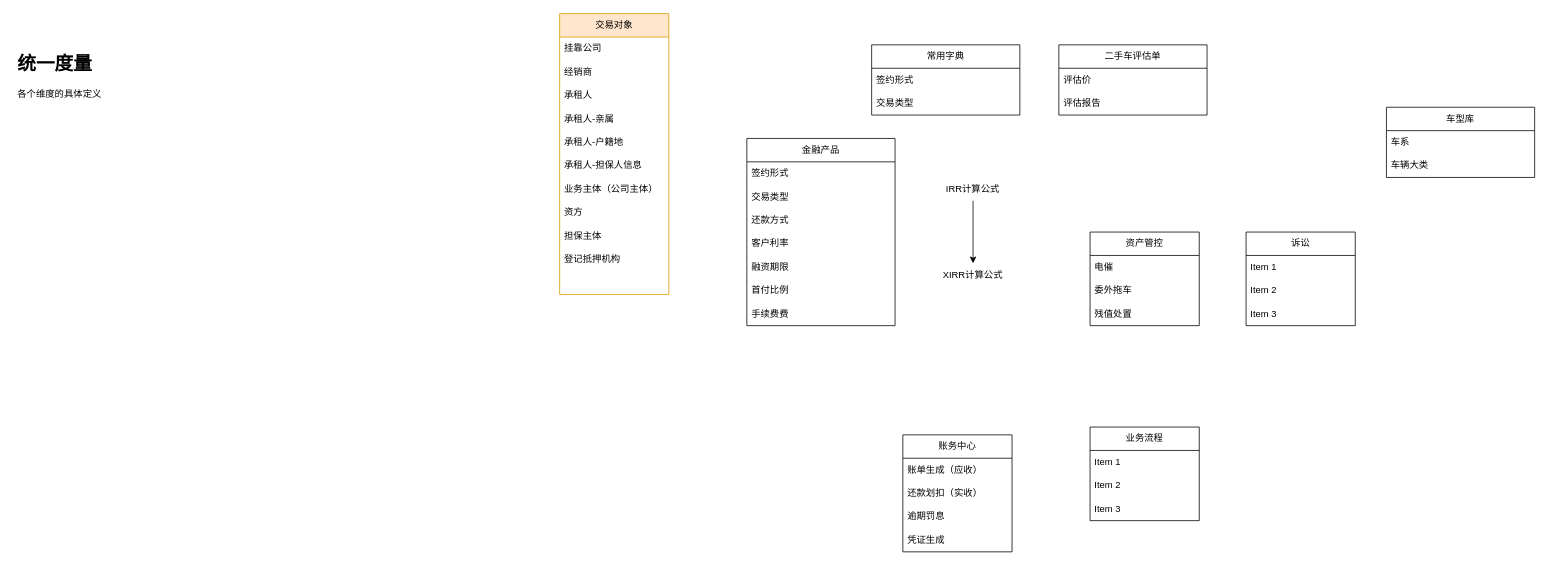
Earlier version of the draw.io diagram 融资租赁-domain划分.drawio (XiongZen/QJReconstitution). Source tidied: cells renumbered, new cells numbered last; positions are measured from the earlier drawing's top-left corner, leaving out a move shared by most shapes. Both pictures are drawn from the tidied source at 78%, with x=0, y=0 at pixel (13, 13).
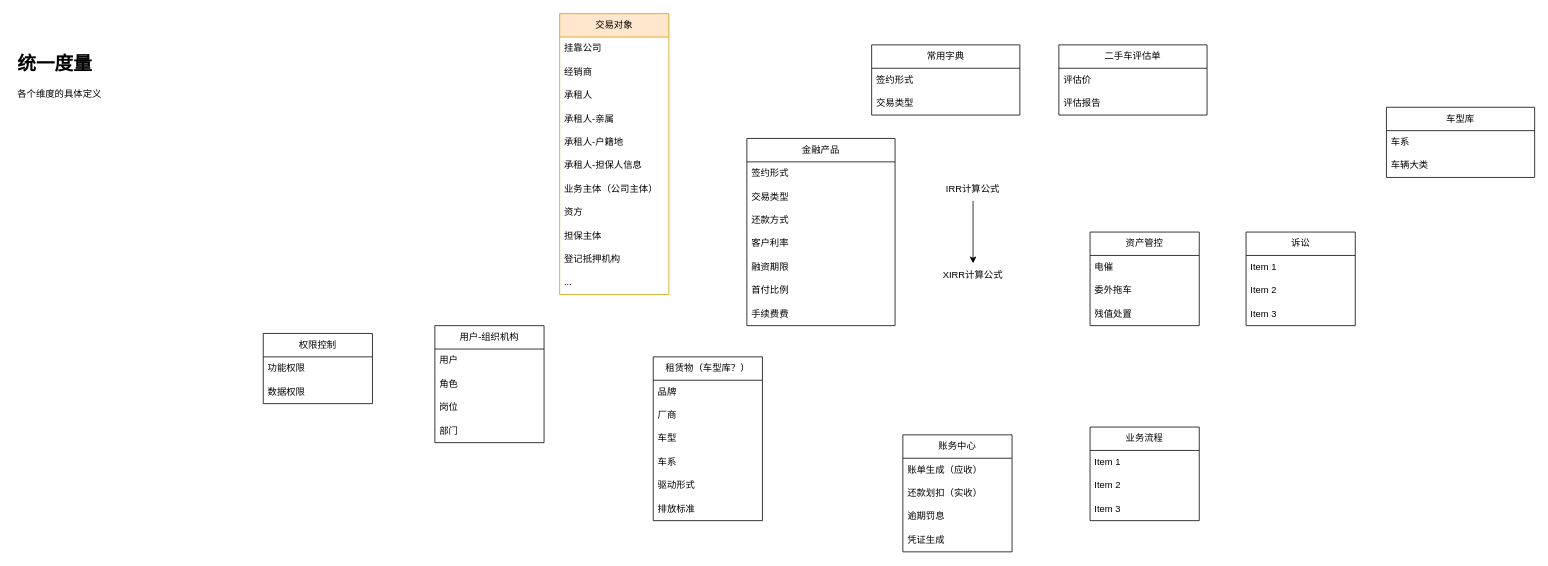
The same diagram, later.

Commit message:
添加用户-组织机构

Unchanged cells that the change refers to:
```xml
<mxCell id="2" value="交易对象" style="swimlane;fontStyle=0;horizontal=1;startSize=30;whiteSpace=wrap;html=1;fillColor=#ffe6cc;strokeColor=#d79b00;" parent="1" vertex="1">
  <mxGeometry x="700" width="140" height="360" as="geometry" />
</mxCell>
```

Diff of the diagram source:
```diff
@@
+    <mxCell id="52" value="登记抵押机构" style="text;strokeColor=none;fillColor=none;align=left;verticalAlign=middle;spacingLeft=4;spacingRight=4;overflow=hidden;whiteSpace=wrap;html=1;" parent="2" vertex="1">
+      <mxGeometry y="300" width="140" height="30" as="geometry" />
+    </mxCell>
-    <mxCell id="12" value="登记抵押机构" style="text;strokeColor=none;fillColor=none;align=left;verticalAlign=middle;spacingLeft=4;spacingRight=4;overflow=hidden;whiteSpace=wrap;html=1;" parent="2" vertex="1">
-      <mxGeometry y="300" width="140" height="30" as="geometry" />
+    <mxCell id="12" value="..." style="text;strokeColor=none;fillColor=none;align=left;verticalAlign=middle;spacingLeft=4;spacingRight=4;overflow=hidden;whiteSpace=wrap;html=1;" parent="2" vertex="1">
+      <mxGeometry y="330" width="140" height="30" as="geometry" />
     </mxCell>
-    <mxCell id="13" style="text;strokeColor=none;fillColor=none;align=left;verticalAlign=middle;spacingLeft=4;spacingRight=4;overflow=hidden;whiteSpace=wrap;html=1;" parent="2" vertex="1">
-      <mxGeometry y="330" width="140" height="30" as="geometry" />
-    </mxCell>
@@
+    <mxCell id="53" value="用户-组织机构" style="swimlane;fontStyle=0;horizontal=1;startSize=30;whiteSpace=wrap;html=1;" parent="1" vertex="1">
+      <mxGeometry x="540" y="400" width="140" height="150" as="geometry" />
+    </mxCell>
+    <mxCell id="54" value="用户" style="text;strokeColor=none;fillColor=none;align=left;verticalAlign=middle;spacingLeft=4;spacingRight=4;overflow=hidden;whiteSpace=wrap;html=1;" parent="53" vertex="1">
+      <mxGeometry y="30" width="140" height="30" as="geometry" />
+    </mxCell>
+    <mxCell id="55" value="角色" style="text;strokeColor=none;fillColor=none;align=left;verticalAlign=middle;spacingLeft=4;spacingRight=4;overflow=hidden;whiteSpace=wrap;html=1;" parent="53" vertex="1">
+      <mxGeometry y="60" width="140" height="30" as="geometry" />
+    </mxCell>
+    <mxCell id="56" value="岗位" style="text;strokeColor=none;fillColor=none;align=left;verticalAlign=middle;spacingLeft=4;spacingRight=4;overflow=hidden;whiteSpace=wrap;html=1;" parent="53" vertex="1">
+      <mxGeometry y="90" width="140" height="30" as="geometry" />
+    </mxCell>
+    <mxCell id="57" value="部门" style="text;strokeColor=none;fillColor=none;align=left;verticalAlign=middle;spacingLeft=4;spacingRight=4;overflow=hidden;whiteSpace=wrap;html=1;" parent="53" vertex="1">
+      <mxGeometry y="120" width="140" height="30" as="geometry" />
+    </mxCell>
+    <mxCell id="58" value="权限控制" style="swimlane;fontStyle=0;horizontal=1;startSize=30;whiteSpace=wrap;html=1;" parent="1" vertex="1">
+      <mxGeometry x="320" y="410" width="140" height="90" as="geometry" />
+    </mxCell>
+    <mxCell id="59" value="功能权限" style="text;strokeColor=none;fillColor=none;align=left;verticalAlign=middle;spacingLeft=4;spacingRight=4;overflow=hidden;whiteSpace=wrap;html=1;" parent="58" vertex="1">
+      <mxGeometry y="30" width="140" height="30" as="geometry" />
+    </mxCell>
+    <mxCell id="60" value="数据权限" style="text;strokeColor=none;fillColor=none;align=left;verticalAlign=middle;spacingLeft=4;spacingRight=4;overflow=hidden;whiteSpace=wrap;html=1;" parent="58" vertex="1">
+      <mxGeometry y="60" width="140" height="30" as="geometry" />
+    </mxCell>
+    <mxCell id="61" value="租赁物（车型库？）" style="swimlane;fontStyle=0;horizontal=1;startSize=30;whiteSpace=wrap;html=1;" parent="1" vertex="1">
+      <mxGeometry x="820" y="440" width="140" height="210" as="geometry" />
+    </mxCell>
+    <mxCell id="62" value="品牌" style="text;strokeColor=none;fillColor=none;align=left;verticalAlign=middle;spacingLeft=4;spacingRight=4;overflow=hidden;whiteSpace=wrap;html=1;" parent="61" vertex="1">
+      <mxGeometry y="30" width="140" height="30" as="geometry" />
+    </mxCell>
+    <mxCell id="63" value="厂商" style="text;strokeColor=none;fillColor=none;align=left;verticalAlign=middle;spacingLeft=4;spacingRight=4;overflow=hidden;whiteSpace=wrap;html=1;" parent="61" vertex="1">
+      <mxGeometry y="60" width="140" height="30" as="geometry" />
+    </mxCell>
+    <mxCell id="64" value="车型" style="text;strokeColor=none;fillColor=none;align=left;verticalAlign=middle;spacingLeft=4;spacingRight=4;overflow=hidden;whiteSpace=wrap;html=1;" parent="61" vertex="1">
+      <mxGeometry y="90" width="140" height="30" as="geometry" />
+    </mxCell>
+    <mxCell id="65" value="车系" style="text;strokeColor=none;fillColor=none;align=left;verticalAlign=middle;spacingLeft=4;spacingRight=4;overflow=hidden;whiteSpace=wrap;html=1;" parent="61" vertex="1">
+      <mxGeometry y="120" width="140" height="30" as="geometry" />
+    </mxCell>
+    <mxCell id="66" value="驱动形式" style="text;strokeColor=none;fillColor=none;align=left;verticalAlign=middle;spacingLeft=4;spacingRight=4;overflow=hidden;whiteSpace=wrap;html=1;" parent="61" vertex="1">
+      <mxGeometry y="150" width="140" height="30" as="geometry" />
+    </mxCell>
+    <mxCell id="67" value="排放标准" style="text;strokeColor=none;fillColor=none;align=left;verticalAlign=middle;spacingLeft=4;spacingRight=4;overflow=hidden;whiteSpace=wrap;html=1;" parent="61" vertex="1">
+      <mxGeometry y="180" width="140" height="30" as="geometry" />
+    </mxCell>
```
